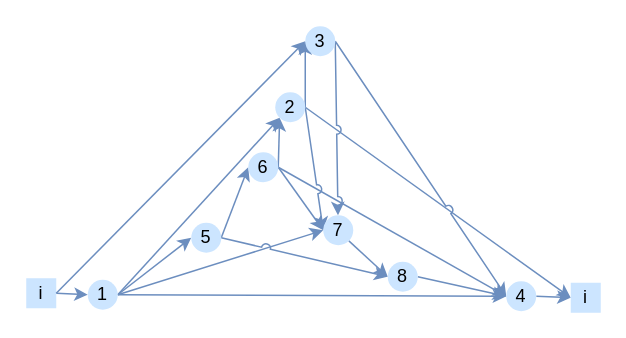
This is mapv1.drawio from xfl11/xfliu, a draw.io file, before an edit. Source tidied: cells renumbered, new cells numbered last; positions are measured from the earlier drawing's top-left corner, leaving out a move shared by most shapes. Both pictures are drawn from the tidied source at 150%, with x=0, y=0 at pixel (26, 26).
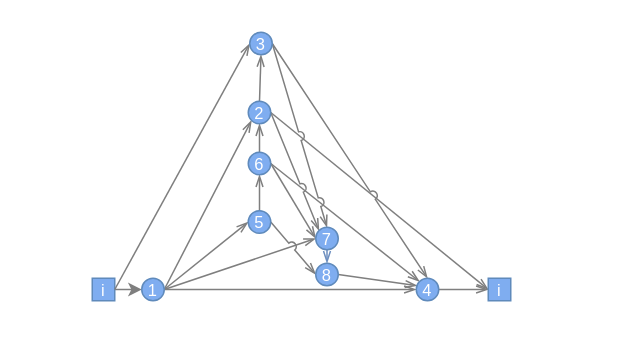
The same diagram, later.

Change to the diagram source:
```diff
@@
-    <mxCell id="2" style="rounded=0;jettySize=auto;html=1;exitX=1;exitY=0.5;exitDx=0;exitDy=0;entryX=0;entryY=0.5;entryDx=0;entryDy=0;fillColor=#dae8fc;gradientColor=#7ea6e0;strokeColor=#6c8ebf;" parent="1" edge="1" source="3" target="9">
+    <mxCell id="2" style="rounded=0;jettySize=auto;html=1;exitX=1;exitY=0.5;exitDx=0;exitDy=0;entryX=0;entryY=0.5;entryDx=0;entryDy=0;fillColor=#dae8fc;gradientColor=#7ea6e0;strokeColor=#7f7f7f;" parent="1" edge="1" source="3" target="9">
       <mxGeometry relative="1" as="geometry" />
     </mxCell>
-    <mxCell id="3" value="i" style="rounded=0;whiteSpace=wrap;fillColor=#cce5ff;strokeColor=none;gradientDirection=radial;" parent="1" vertex="1">
-      <mxGeometry y="168" width="20" height="20" as="geometry" />
+    <mxCell id="3" value="i" style="rounded=0;whiteSpace=wrap;fillColor=#7fadf0;strokeColor=#5f8abb;gradientDirection=radial;fontColor=#ffffff;fontSize=11;" parent="1" vertex="1">
+      <mxGeometry x="44" y="168" width="15" height="15" as="geometry" />
     </mxCell>
-    <mxCell id="4" style="rounded=0;jettySize=auto;html=1;exitX=1;exitY=0.5;exitDx=0;exitDy=0;entryX=0;entryY=0.5;entryDx=0;entryDy=0;fillColor=#dae8fc;gradientColor=#7ea6e0;strokeColor=#6c8ebf;startArrow=none;startFill=0;endArrow=classic;endFill=1;" parent="1" edge="1" source="9" target="12">
+    <mxCell id="4" style="rounded=0;jettySize=auto;html=1;exitX=1;exitY=0.5;exitDx=0;exitDy=0;entryX=0;entryY=0.5;entryDx=0;entryDy=0;fillColor=#dae8fc;gradientColor=#7ea6e0;strokeColor=#7f7f7f;startArrow=none;startFill=0;endArrow=openThin;endFill=0;" parent="1" edge="1" source="9" target="12">
       <mxGeometry relative="1" as="geometry" />
     </mxCell>
-    <mxCell id="5" style="edgeStyle=none;shape=connector;rounded=0;jettySize=auto;html=1;exitX=1;exitY=0.5;exitDx=0;exitDy=0;labelBackgroundColor=default;strokeColor=#6c8ebf;align=center;verticalAlign=middle;fontFamily=Helvetica;fontSize=11;fontColor=default;startArrow=none;startFill=0;endArrow=classic;endFill=1;fillColor=#dae8fc;gradientColor=#7ea6e0;jumpStyle=arc;entryX=0;entryY=1;entryDx=0;entryDy=0;" parent="1" edge="1" source="9" target="20">
+    <mxCell id="5" style="edgeStyle=none;shape=connector;rounded=0;jettySize=auto;html=1;exitX=1;exitY=0.5;exitDx=0;exitDy=0;labelBackgroundColor=default;strokeColor=#7f7f7f;align=center;verticalAlign=middle;fontFamily=Helvetica;fontSize=11;fontColor=default;startArrow=none;startFill=0;endArrow=openThin;endFill=0;fillColor=#dae8fc;gradientColor=#7ea6e0;jumpStyle=arc;entryX=0;entryY=1;entryDx=0;entryDy=0;" parent="1" edge="1" source="9" target="20">
       <mxGeometry relative="1" as="geometry" />
     </mxCell>
-    <mxCell id="6" style="edgeStyle=none;shape=connector;rounded=0;jumpStyle=arc;jettySize=auto;html=1;exitX=1;exitY=0.5;exitDx=0;exitDy=0;labelBackgroundColor=default;strokeColor=#6c8ebf;align=center;verticalAlign=middle;fontFamily=Helvetica;fontSize=11;fontColor=default;startArrow=none;startFill=0;endArrow=classic;endFill=1;fillColor=#dae8fc;gradientColor=#7ea6e0;entryX=0;entryY=0.5;entryDx=0;entryDy=0;" parent="1" edge="1" source="9" target="25">
+    <mxCell id="6" style="edgeStyle=none;shape=connector;rounded=0;jumpStyle=arc;jettySize=auto;html=1;exitX=1;exitY=0.5;exitDx=0;exitDy=0;labelBackgroundColor=default;strokeColor=#7f7f7f;align=center;verticalAlign=middle;fontFamily=Helvetica;fontSize=11;fontColor=default;startArrow=none;startFill=0;endArrow=openThin;endFill=0;fillColor=#dae8fc;gradientColor=#7ea6e0;entryX=0;entryY=0.5;entryDx=0;entryDy=0;" parent="1" edge="1" source="9" target="25">
       <mxGeometry relative="1" as="geometry" />
     </mxCell>
-    <mxCell id="7" style="edgeStyle=none;shape=connector;rounded=0;jumpStyle=arc;jettySize=auto;html=1;exitX=1;exitY=0.5;exitDx=0;exitDy=0;entryX=0;entryY=0.5;entryDx=0;entryDy=0;labelBackgroundColor=default;strokeColor=#6c8ebf;align=center;verticalAlign=middle;fontFamily=Helvetica;fontSize=11;fontColor=default;startArrow=none;startFill=0;endArrow=classic;endFill=1;fillColor=#dae8fc;gradientColor=#7ea6e0;" parent="1" edge="1" source="9" target="29">
+    <mxCell id="7" style="edgeStyle=none;shape=connector;rounded=0;jumpStyle=arc;jettySize=auto;html=1;exitX=1;exitY=0.5;exitDx=0;exitDy=0;entryX=0;entryY=0.5;entryDx=0;entryDy=0;labelBackgroundColor=default;strokeColor=#7f7f7f;align=center;verticalAlign=middle;fontFamily=Helvetica;fontSize=11;fontColor=default;startArrow=none;startFill=0;endArrow=openThin;endFill=0;fillColor=#dae8fc;gradientColor=#7ea6e0;" parent="1" edge="1" source="9" target="29">
       <mxGeometry relative="1" as="geometry" />
     </mxCell>
-    <mxCell id="8" style="edgeStyle=none;shape=connector;rounded=0;jumpStyle=arc;jettySize=auto;html=1;exitX=1;exitY=0.5;exitDx=0;exitDy=0;entryX=0;entryY=0.5;entryDx=0;entryDy=0;labelBackgroundColor=default;strokeColor=#6c8ebf;align=center;verticalAlign=middle;fontFamily=Helvetica;fontSize=11;fontColor=default;startArrow=none;startFill=0;endArrow=classic;endFill=1;fillColor=#dae8fc;gradientColor=#7ea6e0;" parent="1" edge="1" source="3" target="23">
+    <mxCell id="8" style="edgeStyle=none;shape=connector;rounded=0;jumpStyle=arc;jettySize=auto;html=1;exitX=1;exitY=0.5;exitDx=0;exitDy=0;entryX=0;entryY=0.5;entryDx=0;entryDy=0;labelBackgroundColor=default;strokeColor=#7f7f7f;align=center;verticalAlign=middle;fontFamily=Helvetica;fontSize=11;fontColor=default;startArrow=none;startFill=0;endArrow=openThin;endFill=0;fillColor=#dae8fc;gradientColor=#7ea6e0;" parent="1" edge="1" source="3" target="23">
       <mxGeometry relative="1" as="geometry" />
     </mxCell>
-    <mxCell id="9" value="1" style="ellipse;whiteSpace=wrap;html=1;fillColor=#cce5ff;strokeColor=none;" parent="1" vertex="1">
-      <mxGeometry x="41" y="169" width="20" height="20" as="geometry" />
+    <mxCell id="9" value="1" style="ellipse;whiteSpace=wrap;html=1;fillColor=#7fadf0;strokeColor=#5f8abb;fontColor=#ffffff;fontSize=11;" parent="1" vertex="1">
+      <mxGeometry x="77" y="168" width="15" height="15" as="geometry" />
     </mxCell>
-    <mxCell id="10" style="edgeStyle=none;shape=connector;rounded=0;jettySize=auto;html=1;exitX=1;exitY=0.5;exitDx=0;exitDy=0;entryX=0;entryY=0.5;entryDx=0;entryDy=0;labelBackgroundColor=default;strokeColor=#6c8ebf;align=center;verticalAlign=middle;fontFamily=Helvetica;fontSize=11;fontColor=default;startArrow=none;startFill=0;endArrow=classic;endFill=1;fillColor=#dae8fc;gradientColor=#7ea6e0;" parent="1" edge="1" source="12" target="16">
+    <mxCell id="10" style="edgeStyle=none;shape=connector;rounded=0;jettySize=auto;html=1;exitX=0.5;exitY=0;exitDx=0;exitDy=0;entryX=0.5;entryY=1;entryDx=0;entryDy=0;labelBackgroundColor=default;strokeColor=#7f7f7f;align=center;verticalAlign=middle;fontFamily=Helvetica;fontSize=11;fontColor=default;startArrow=none;startFill=0;endArrow=openThin;endFill=0;fillColor=#dae8fc;gradientColor=#7ea6e0;" parent="1" edge="1" source="12" target="16">
       <mxGeometry relative="1" as="geometry" />
     </mxCell>
-    <mxCell id="11" style="edgeStyle=none;shape=connector;rounded=0;jumpStyle=arc;jettySize=auto;html=1;exitX=1;exitY=0.5;exitDx=0;exitDy=0;entryX=0;entryY=0.5;entryDx=0;entryDy=0;labelBackgroundColor=default;strokeColor=#6c8ebf;align=center;verticalAlign=middle;fontFamily=Helvetica;fontSize=11;fontColor=default;startArrow=none;startFill=0;endArrow=classic;endFill=1;fillColor=#dae8fc;gradientColor=#7ea6e0;" parent="1" edge="1" source="12" target="27">
+    <mxCell id="11" style="edgeStyle=none;shape=connector;rounded=0;jumpStyle=arc;jettySize=auto;html=1;exitX=1;exitY=0.5;exitDx=0;exitDy=0;labelBackgroundColor=default;strokeColor=#7f7f7f;align=center;verticalAlign=middle;fontFamily=Helvetica;fontSize=11;fontColor=default;startArrow=none;startFill=0;endArrow=openThin;endFill=0;fillColor=#dae8fc;gradientColor=#7ea6e0;entryX=0;entryY=0.5;entryDx=0;entryDy=0;" parent="1" edge="1" source="12" target="27">
       <mxGeometry relative="1" as="geometry" />
     </mxCell>
-    <mxCell id="12" value="5" style="ellipse;whiteSpace=wrap;html=1;fillColor=#cce5ff;strokeColor=none;" parent="1" vertex="1">
-      <mxGeometry x="110" y="131" width="20" height="20" as="geometry" />
+    <mxCell id="12" value="5" style="ellipse;whiteSpace=wrap;html=1;fillColor=#7fadf0;strokeColor=#5f8abb;fontColor=#ffffff;fontSize=11;" parent="1" vertex="1">
+      <mxGeometry x="148" y="123" width="15" height="15" as="geometry" />
     </mxCell>
-    <mxCell id="13" style="edgeStyle=none;shape=connector;rounded=0;jettySize=auto;html=1;exitX=1;exitY=0.5;exitDx=0;exitDy=0;entryX=0;entryY=1;entryDx=0;entryDy=0;labelBackgroundColor=default;strokeColor=#6c8ebf;align=center;verticalAlign=middle;fontFamily=Helvetica;fontSize=11;fontColor=default;startArrow=none;startFill=0;endArrow=classic;endFill=1;fillColor=#dae8fc;gradientColor=#7ea6e0;" parent="1" edge="1" source="16" target="20">
+    <mxCell id="13" style="edgeStyle=none;shape=connector;rounded=0;jettySize=auto;html=1;exitX=0.5;exitY=0;exitDx=0;exitDy=0;entryX=0.5;entryY=1;entryDx=0;entryDy=0;labelBackgroundColor=default;strokeColor=#7f7f7f;align=center;verticalAlign=middle;fontFamily=Helvetica;fontSize=11;fontColor=default;startArrow=none;startFill=0;endArrow=openThin;endFill=0;fillColor=#dae8fc;gradientColor=#7ea6e0;" parent="1" edge="1" source="16" target="20">
       <mxGeometry relative="1" as="geometry" />
     </mxCell>
-    <mxCell id="14" style="edgeStyle=none;shape=connector;rounded=0;jumpStyle=arc;jettySize=auto;html=1;exitX=1;exitY=0.5;exitDx=0;exitDy=0;entryX=0;entryY=0.5;entryDx=0;entryDy=0;labelBackgroundColor=default;strokeColor=#6c8ebf;align=center;verticalAlign=middle;fontFamily=Helvetica;fontSize=11;fontColor=default;startArrow=none;startFill=0;endArrow=classic;endFill=1;fillColor=#dae8fc;gradientColor=#7ea6e0;" parent="1" edge="1" source="16" target="25">
+    <mxCell id="14" style="edgeStyle=none;shape=connector;rounded=0;jumpStyle=arc;jettySize=auto;html=1;exitX=1;exitY=0.5;exitDx=0;exitDy=0;entryX=0;entryY=0.5;entryDx=0;entryDy=0;labelBackgroundColor=default;strokeColor=#7f7f7f;align=center;verticalAlign=middle;fontFamily=Helvetica;fontSize=11;fontColor=default;startArrow=none;startFill=0;endArrow=openThin;endFill=0;fillColor=#dae8fc;gradientColor=#7ea6e0;" parent="1" edge="1" source="16" target="25">
       <mxGeometry relative="1" as="geometry" />
     </mxCell>
-    <mxCell id="15" style="edgeStyle=none;shape=connector;rounded=0;jumpStyle=arc;jettySize=auto;html=1;exitX=1;exitY=0.5;exitDx=0;exitDy=0;entryX=0;entryY=0.5;entryDx=0;entryDy=0;labelBackgroundColor=default;strokeColor=#6c8ebf;align=center;verticalAlign=middle;fontFamily=Helvetica;fontSize=11;fontColor=default;startArrow=none;startFill=0;endArrow=classic;endFill=1;fillColor=#dae8fc;gradientColor=#7ea6e0;" parent="1" edge="1" source="16" target="29">
+    <mxCell id="15" style="edgeStyle=none;shape=connector;rounded=0;jumpStyle=arc;jettySize=auto;html=1;exitX=1;exitY=0.5;exitDx=0;exitDy=0;entryX=0;entryY=0;entryDx=0;entryDy=0;labelBackgroundColor=default;strokeColor=#7f7f7f;align=center;verticalAlign=middle;fontFamily=Helvetica;fontSize=11;fontColor=default;startArrow=none;startFill=0;endArrow=openThin;endFill=0;fillColor=#dae8fc;gradientColor=#7ea6e0;" parent="1" edge="1" source="16" target="29">
       <mxGeometry relative="1" as="geometry" />
     </mxCell>
-    <mxCell id="16" value="6" style="ellipse;whiteSpace=wrap;html=1;fillColor=#cce5ff;strokeColor=none;" parent="1" vertex="1">
-      <mxGeometry x="148" y="84" width="20" height="20" as="geometry" />
+    <mxCell id="16" value="6" style="ellipse;whiteSpace=wrap;html=1;fillColor=#7fadf0;strokeColor=#5f8abb;fontColor=#ffffff;fontSize=11;" parent="1" vertex="1">
+      <mxGeometry x="148" y="84" width="15" height="15" as="geometry" />
     </mxCell>
-    <mxCell id="17" style="edgeStyle=none;shape=connector;rounded=0;jumpStyle=arc;jettySize=auto;html=1;exitX=1;exitY=0.5;exitDx=0;exitDy=0;entryX=0;entryY=0.5;entryDx=0;entryDy=0;labelBackgroundColor=default;strokeColor=#6c8ebf;align=center;verticalAlign=middle;fontFamily=Helvetica;fontSize=11;fontColor=default;startArrow=none;startFill=0;endArrow=classic;endFill=1;fillColor=#dae8fc;gradientColor=#7ea6e0;" parent="1" edge="1" source="20" target="23">
+    <mxCell id="17" style="edgeStyle=none;shape=connector;rounded=0;jumpStyle=arc;jettySize=auto;html=1;exitX=0.5;exitY=0;exitDx=0;exitDy=0;entryX=0.5;entryY=1;entryDx=0;entryDy=0;labelBackgroundColor=default;strokeColor=#7f7f7f;align=center;verticalAlign=middle;fontFamily=Helvetica;fontSize=11;fontColor=default;startArrow=none;startFill=0;endArrow=openThin;endFill=0;fillColor=#dae8fc;gradientColor=#7ea6e0;" parent="1" edge="1" source="20" target="23">
       <mxGeometry relative="1" as="geometry" />
     </mxCell>
-    <mxCell id="18" style="edgeStyle=none;shape=connector;rounded=0;jumpStyle=arc;jettySize=auto;html=1;exitX=1;exitY=0.5;exitDx=0;exitDy=0;entryX=0;entryY=0.5;entryDx=0;entryDy=0;labelBackgroundColor=default;strokeColor=#6c8ebf;align=center;verticalAlign=middle;fontFamily=Helvetica;fontSize=11;fontColor=default;startArrow=none;startFill=0;endArrow=classic;endFill=1;fillColor=#dae8fc;gradientColor=#7ea6e0;" parent="1" edge="1" source="20" target="25">
+    <mxCell id="18" style="edgeStyle=none;shape=connector;rounded=0;jumpStyle=arc;jettySize=auto;html=1;exitX=1;exitY=0.5;exitDx=0;exitDy=0;entryX=0;entryY=0;entryDx=0;entryDy=0;labelBackgroundColor=default;strokeColor=#7f7f7f;align=center;verticalAlign=middle;fontFamily=Helvetica;fontSize=11;fontColor=default;startArrow=none;startFill=0;endArrow=openThin;endFill=0;fillColor=#dae8fc;gradientColor=#7ea6e0;" parent="1" edge="1" source="20" target="25">
       <mxGeometry relative="1" as="geometry" />
     </mxCell>
-    <mxCell id="19" style="edgeStyle=none;shape=connector;rounded=0;jumpStyle=arc;jettySize=auto;html=1;exitX=1;exitY=0.5;exitDx=0;exitDy=0;entryX=0;entryY=0.5;entryDx=0;entryDy=0;labelBackgroundColor=default;strokeColor=#6c8ebf;align=center;verticalAlign=middle;fontFamily=Helvetica;fontSize=11;fontColor=default;startArrow=none;startFill=0;endArrow=classic;endFill=1;fillColor=#dae8fc;gradientColor=#7ea6e0;" parent="1" edge="1" source="20" target="30">
+    <mxCell id="19" style="edgeStyle=none;shape=connector;rounded=0;jumpStyle=arc;jettySize=auto;html=1;exitX=1;exitY=0.5;exitDx=0;exitDy=0;entryX=0;entryY=0.5;entryDx=0;entryDy=0;labelBackgroundColor=default;strokeColor=#7f7f7f;align=center;verticalAlign=middle;fontFamily=Helvetica;fontSize=11;fontColor=default;startArrow=none;startFill=0;endArrow=openThin;endFill=0;fillColor=#dae8fc;gradientColor=#7ea6e0;" parent="1" edge="1" source="20" target="30">
       <mxGeometry relative="1" as="geometry" />
     </mxCell>
-    <mxCell id="20" value="2" style="ellipse;whiteSpace=wrap;html=1;fillColor=#cce5ff;strokeColor=none;" parent="1" vertex="1">
-      <mxGeometry x="166" y="44" width="20" height="20" as="geometry" />
+    <mxCell id="20" value="2" style="ellipse;whiteSpace=wrap;html=1;fillColor=#7fadf0;strokeColor=#5f8abb;fontColor=#ffffff;fontSize=11;" parent="1" vertex="1">
+      <mxGeometry x="148" y="50" width="15" height="15" as="geometry" />
     </mxCell>
-    <mxCell id="21" style="edgeStyle=none;shape=connector;rounded=0;jumpStyle=arc;jettySize=auto;html=1;exitX=1;exitY=0.5;exitDx=0;exitDy=0;entryX=0;entryY=0.5;entryDx=0;entryDy=0;labelBackgroundColor=default;strokeColor=#6c8ebf;align=center;verticalAlign=middle;fontFamily=Helvetica;fontSize=11;fontColor=default;startArrow=none;startFill=0;endArrow=classic;endFill=1;fillColor=#dae8fc;gradientColor=#7ea6e0;" parent="1" edge="1" source="23" target="29">
+    <mxCell id="21" style="edgeStyle=none;shape=connector;rounded=0;jumpStyle=arc;jettySize=auto;html=1;exitX=1;exitY=0.5;exitDx=0;exitDy=0;entryX=0.5;entryY=0;entryDx=0;entryDy=0;labelBackgroundColor=default;strokeColor=#7f7f7f;align=center;verticalAlign=middle;fontFamily=Helvetica;fontSize=11;fontColor=default;startArrow=none;startFill=0;endArrow=openThin;endFill=0;fillColor=#dae8fc;gradientColor=#7ea6e0;" parent="1" edge="1" source="23" target="29">
       <mxGeometry relative="1" as="geometry" />
     </mxCell>
-    <mxCell id="22" style="edgeStyle=none;shape=connector;rounded=0;jumpStyle=arc;jettySize=auto;html=1;exitX=1;exitY=0.5;exitDx=0;exitDy=0;labelBackgroundColor=default;strokeColor=#6c8ebf;align=center;verticalAlign=middle;fontFamily=Helvetica;fontSize=11;fontColor=default;startArrow=none;startFill=0;endArrow=classic;endFill=1;fillColor=#dae8fc;gradientColor=#7ea6e0;" parent="1" edge="1" source="23" target="25">
+    <mxCell id="22" style="edgeStyle=none;shape=connector;rounded=0;jumpStyle=arc;jettySize=auto;html=1;exitX=1;exitY=0.5;exitDx=0;exitDy=0;labelBackgroundColor=default;strokeColor=#7f7f7f;align=center;verticalAlign=middle;fontFamily=Helvetica;fontSize=11;fontColor=default;startArrow=none;startFill=0;endArrow=openThin;endFill=0;fillColor=#dae8fc;gradientColor=#7ea6e0;entryX=0.5;entryY=0;entryDx=0;entryDy=0;" parent="1" edge="1" source="23" target="25">
       <mxGeometry relative="1" as="geometry" />
     </mxCell>
-    <mxCell id="23" value="3" style="ellipse;whiteSpace=wrap;html=1;fillColor=#cce5ff;strokeColor=none;" parent="1" vertex="1">
-      <mxGeometry x="186" width="20" height="20" as="geometry" />
+    <mxCell id="23" value="3" style="ellipse;whiteSpace=wrap;html=1;fillColor=#7fadf0;strokeColor=#5f8abb;fontColor=#ffffff;gradientColor=none;gradientDirection=north;fontSize=11;" parent="1" vertex="1">
+      <mxGeometry x="149" y="4" width="15" height="15" as="geometry" />
     </mxCell>
-    <mxCell id="24" style="edgeStyle=none;shape=connector;rounded=0;jumpStyle=arc;jettySize=auto;html=1;exitX=1;exitY=1;exitDx=0;exitDy=0;entryX=0;entryY=0.5;entryDx=0;entryDy=0;labelBackgroundColor=default;strokeColor=#6c8ebf;align=center;verticalAlign=middle;fontFamily=Helvetica;fontSize=11;fontColor=default;startArrow=none;startFill=0;endArrow=classic;endFill=1;fillColor=#dae8fc;gradientColor=#7ea6e0;" parent="1" edge="1" source="25" target="27">
+    <mxCell id="24" style="edgeStyle=none;shape=connector;rounded=0;jumpStyle=arc;jettySize=auto;html=1;entryX=0.5;entryY=0;entryDx=0;entryDy=0;labelBackgroundColor=default;strokeColor=#6c8ebf;align=center;verticalAlign=middle;fontFamily=Helvetica;fontSize=11;fontColor=default;startArrow=none;startFill=0;endArrow=openThin;endFill=0;fillColor=#dae8fc;gradientColor=#7ea6e0;exitX=0.5;exitY=1;exitDx=0;exitDy=0;" parent="1" edge="1" source="25" target="27">
       <mxGeometry relative="1" as="geometry" />
     </mxCell>
-    <mxCell id="25" value="7" style="ellipse;whiteSpace=wrap;html=1;fillColor=#cce5ff;strokeColor=none;" parent="1" vertex="1">
-      <mxGeometry x="198" y="126" width="20" height="20" as="geometry" />
+    <mxCell id="25" value="7" style="ellipse;whiteSpace=wrap;html=1;fillColor=#7fadf0;strokeColor=#5f8abb;fontColor=#ffffff;fontSize=11;" parent="1" vertex="1">
+      <mxGeometry x="193" y="134" width="15" height="15" as="geometry" />
     </mxCell>
-    <mxCell id="26" style="edgeStyle=none;shape=connector;rounded=0;jumpStyle=arc;jettySize=auto;html=1;exitX=1;exitY=0.5;exitDx=0;exitDy=0;entryX=0;entryY=0.5;entryDx=0;entryDy=0;labelBackgroundColor=default;strokeColor=#6c8ebf;align=center;verticalAlign=middle;fontFamily=Helvetica;fontSize=11;fontColor=default;startArrow=none;startFill=0;endArrow=classic;endFill=1;fillColor=#dae8fc;gradientColor=#7ea6e0;" parent="1" edge="1" source="27" target="29">
+    <mxCell id="26" style="edgeStyle=none;shape=connector;rounded=0;jumpStyle=arc;jettySize=auto;html=1;exitX=1;exitY=0.5;exitDx=0;exitDy=0;entryX=0.043;entryY=0.333;entryDx=0;entryDy=0;labelBackgroundColor=default;strokeColor=#7f7f7f;align=center;verticalAlign=middle;fontFamily=Helvetica;fontSize=11;fontColor=default;startArrow=none;startFill=0;endArrow=openThin;endFill=0;fillColor=#dae8fc;gradientColor=#7ea6e0;entryPerimeter=0;" parent="1" edge="1" source="27" target="29">
       <mxGeometry relative="1" as="geometry" />
     </mxCell>
-    <mxCell id="27" value="8" style="ellipse;whiteSpace=wrap;html=1;fillColor=#cce5ff;strokeColor=none;" parent="1" vertex="1">
-      <mxGeometry x="241" y="157" width="20" height="20" as="geometry" />
+    <mxCell id="27" value="8" style="ellipse;whiteSpace=wrap;html=1;fillColor=#7fadf0;strokeColor=#5f8abb;fontColor=#ffffff;fontSize=11;" parent="1" vertex="1">
+      <mxGeometry x="193" y="158" width="15" height="15" as="geometry" />
     </mxCell>
-    <mxCell id="28" style="edgeStyle=none;shape=connector;rounded=0;jumpStyle=arc;jettySize=auto;html=1;exitX=1;exitY=0.5;exitDx=0;exitDy=0;entryX=0;entryY=0.5;entryDx=0;entryDy=0;labelBackgroundColor=default;strokeColor=#6c8ebf;align=center;verticalAlign=middle;fontFamily=Helvetica;fontSize=11;fontColor=default;startArrow=none;startFill=0;endArrow=classic;endFill=1;fillColor=#dae8fc;gradientColor=#7ea6e0;" parent="1" edge="1" source="29" target="30">
+    <mxCell id="28" style="edgeStyle=none;shape=connector;rounded=0;jumpStyle=arc;jettySize=auto;html=1;exitX=1;exitY=0.5;exitDx=0;exitDy=0;entryX=0;entryY=0.5;entryDx=0;entryDy=0;labelBackgroundColor=default;strokeColor=#7f7f7f;align=center;verticalAlign=middle;fontFamily=Helvetica;fontSize=11;fontColor=default;startArrow=none;startFill=0;endArrow=openThin;endFill=0;fillColor=#dae8fc;gradientColor=#7ea6e0;" parent="1" edge="1" source="29" target="30">
       <mxGeometry relative="1" as="geometry" />
     </mxCell>
-    <mxCell id="29" value="4" style="ellipse;whiteSpace=wrap;html=1;fillColor=#cce5ff;strokeColor=none;" parent="1" vertex="1">
-      <mxGeometry x="320" y="170" width="20" height="20" as="geometry" />
+    <mxCell id="29" value="4" style="ellipse;whiteSpace=wrap;html=1;fillColor=#7fadf0;strokeColor=#5f8abb;fontColor=#ffffff;fontSize=11;" parent="1" vertex="1">
+      <mxGeometry x="260" y="168" width="15" height="15" as="geometry" />
     </mxCell>
-    <mxCell id="30" value="i" style="rounded=0;whiteSpace=wrap;fillColor=#cce5ff;strokeColor=none;gradientDirection=radial;" parent="1" vertex="1">
-      <mxGeometry x="363" y="171" width="20" height="20" as="geometry" />
+    <mxCell id="30" value="i" style="rounded=0;whiteSpace=wrap;fillColor=#7fadf0;strokeColor=#5f8abb;gradientDirection=radial;fontColor=#ffffff;fontSize=11;" parent="1" vertex="1">
+      <mxGeometry x="308" y="168" width="15" height="15" as="geometry" />
     </mxCell>
```
